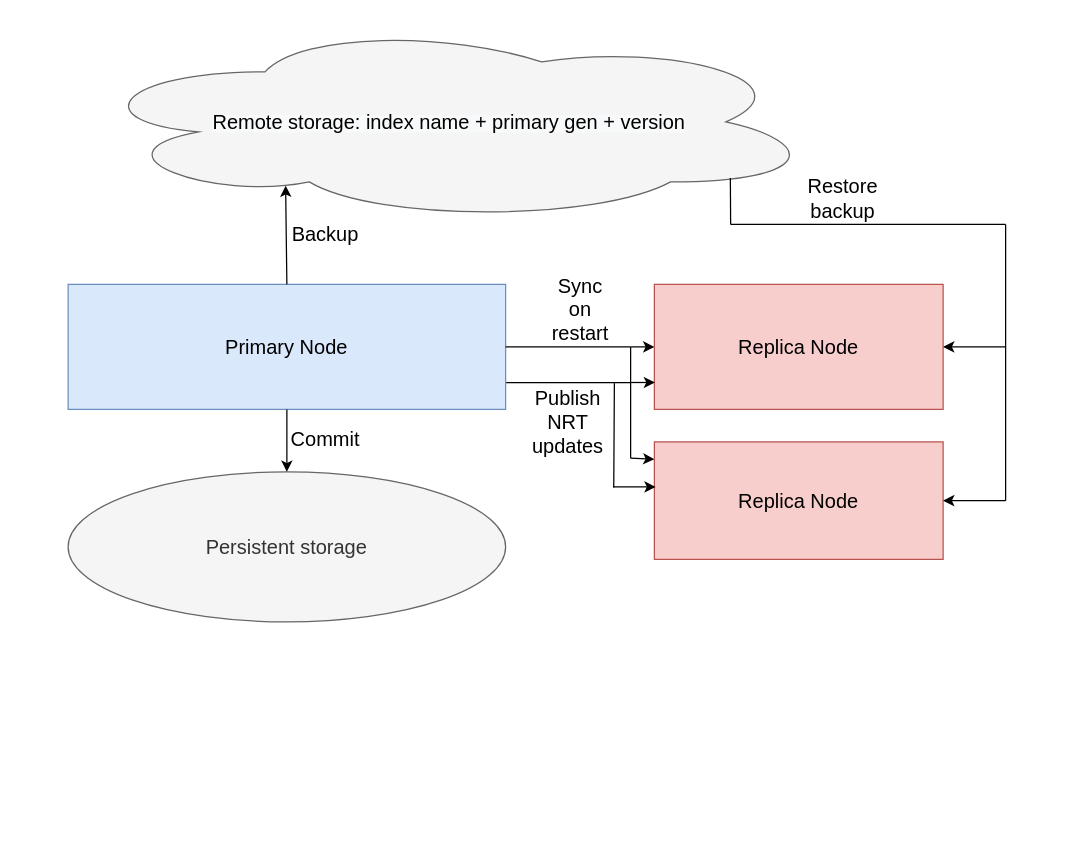
Yelp/nrtsearch keeps this draw.io diagram as src/images/nrt.drawio. Above is the earlier version. Source tidied: cells renumbered, new cells numbered last; positions are measured from the earlier drawing's top-left corner, leaving out a move shared by most shapes. Both pictures are drawn from the tidied source at 125%, with x=0, y=0 at pixel (68, 21).
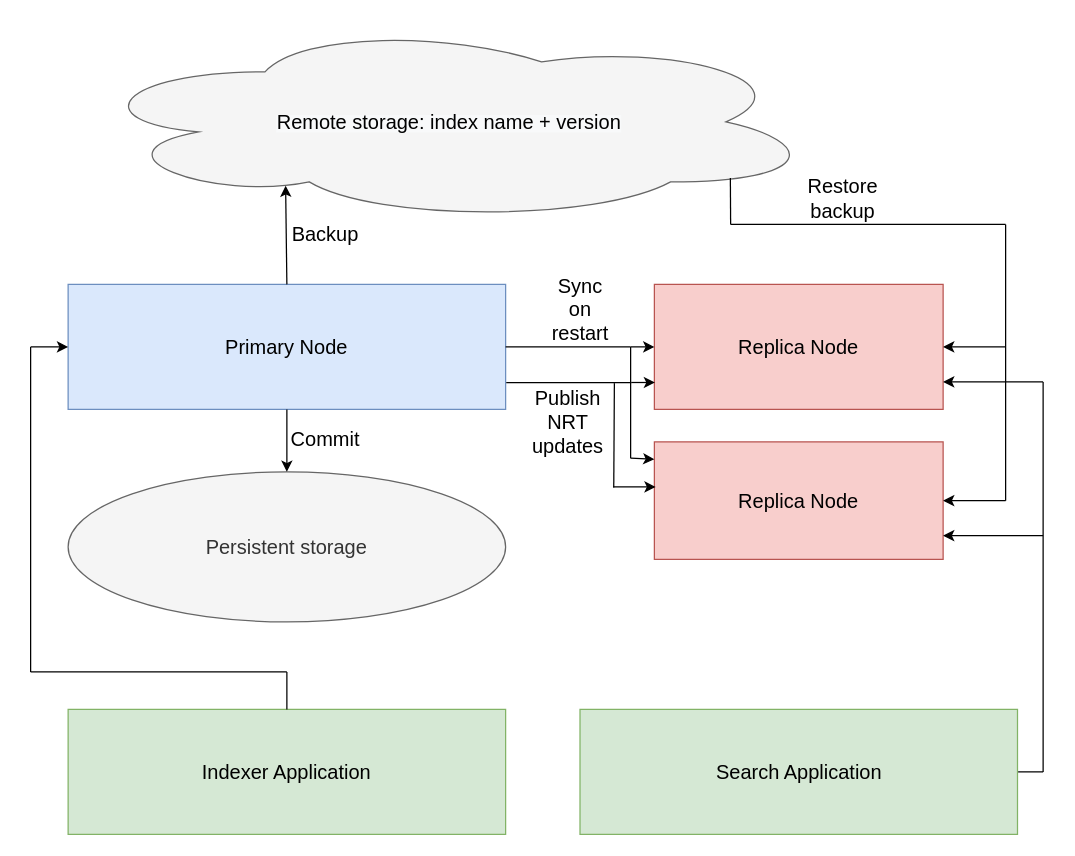
After the change.

Change to the diagram source:
```diff
@@
-    <mxCell id="2" value="&lt;span style=&quot;color: rgb(0 , 0 , 0) ; font-family: &amp;#34;helvetica&amp;#34; ; font-style: normal ; font-weight: 400 ; letter-spacing: normal ; text-align: center ; text-indent: 0px ; text-transform: none ; word-spacing: 0px ; background-color: rgb(248 , 249 , 250) ; display: inline ; float: none&quot;&gt;&lt;font style=&quot;font-size: 16px&quot;&gt;Remote storage: index name + primary gen + version&lt;/font&gt;&lt;/span&gt;" style="ellipse;shape=cloud;whiteSpace=wrap;html=1;fillColor=#f5f5f5;strokeColor=#666666;fontColor=#333333;" parent="1" vertex="1">
+    <mxCell id="2" value="&lt;span style=&quot;color: rgb(0 , 0 , 0) ; font-family: &amp;#34;helvetica&amp;#34; ; font-style: normal ; font-weight: 400 ; letter-spacing: normal ; text-align: center ; text-indent: 0px ; text-transform: none ; word-spacing: 0px ; background-color: rgb(248 , 249 , 250) ; display: inline ; float: none&quot;&gt;&lt;font style=&quot;font-size: 16px&quot;&gt;Remote storage: index name + version&lt;/font&gt;&lt;/span&gt;" style="ellipse;shape=cloud;whiteSpace=wrap;html=1;fillColor=#f5f5f5;strokeColor=#666666;fontColor=#333333;" parent="1" vertex="1">
       <mxGeometry x="10" width="590" height="160" as="geometry" />
     </mxCell>
@@
+    <mxCell id="27" value="&lt;font style=&quot;font-size: 16px&quot;&gt;Indexer Application&lt;/font&gt;" style="rounded=0;whiteSpace=wrap;html=1;fillColor=#d5e8d4;strokeColor=#82b366;" parent="1" vertex="1">
+      <mxGeometry y="550" width="350" height="100" as="geometry" />
+    </mxCell>
+    <mxCell id="28" value="&lt;font style=&quot;font-size: 16px&quot;&gt;Search Application&lt;/font&gt;" style="rounded=0;whiteSpace=wrap;html=1;fillColor=#d5e8d4;strokeColor=#82b366;" parent="1" vertex="1">
+      <mxGeometry x="409.5" y="550" width="350" height="100" as="geometry" />
+    </mxCell>
+    <mxCell id="29" style="endArrow=none;html=1;exitX=0.5;exitY=0;exitDx=0;exitDy=0;" parent="1" edge="1" source="27">
+      <mxGeometry relative="1" as="geometry">
+        <mxPoint x="175" y="520" as="targetPoint" />
+      </mxGeometry>
+    </mxCell>
+    <mxCell id="30" style="endArrow=none;html=1;" parent="1" edge="1">
+      <mxGeometry relative="1" as="geometry">
+        <mxPoint x="175" y="520" as="sourcePoint" />
+        <mxPoint x="-30" y="520" as="targetPoint" />
+      </mxGeometry>
+    </mxCell>
+    <mxCell id="31" style="endArrow=none;html=1;" parent="1" edge="1">
+      <mxGeometry relative="1" as="geometry">
+        <mxPoint x="-30" y="520" as="sourcePoint" />
+        <mxPoint x="-30" y="260" as="targetPoint" />
+      </mxGeometry>
+    </mxCell>
+    <mxCell id="32" style="endArrow=classic;html=1;" parent="1" edge="1">
+      <mxGeometry relative="1" as="geometry">
+        <mxPoint x="-30" y="260" as="sourcePoint" />
+        <mxPoint y="260" as="targetPoint" />
+      </mxGeometry>
+    </mxCell>
+    <mxCell id="33" style="endArrow=none;html=1;" parent="1" edge="1">
+      <mxGeometry relative="1" as="geometry">
+        <mxPoint x="780" y="288" as="sourcePoint" />
+        <mxPoint x="780" y="600" as="targetPoint" />
+      </mxGeometry>
+    </mxCell>
+    <mxCell id="34" style="endArrow=classic;html=1;entryX=1;entryY=0.5;entryDx=0;entryDy=0;" parent="1" edge="1">
+      <mxGeometry relative="1" as="geometry">
+        <mxPoint x="780" y="288" as="sourcePoint" />
+        <mxPoint x="700" y="288" as="targetPoint" />
+      </mxGeometry>
+    </mxCell>
+    <mxCell id="35" style="endArrow=classic;html=1;" parent="1" edge="1">
+      <mxGeometry relative="1" as="geometry">
+        <mxPoint x="780" y="411" as="sourcePoint" />
+        <mxPoint x="700" y="411" as="targetPoint" />
+      </mxGeometry>
+    </mxCell>
+    <mxCell id="36" style="endArrow=none;html=1;" parent="1" edge="1">
+      <mxGeometry relative="1" as="geometry">
+        <mxPoint x="760" y="600" as="sourcePoint" />
+        <mxPoint x="780" y="600" as="targetPoint" />
+      </mxGeometry>
+    </mxCell>
```
